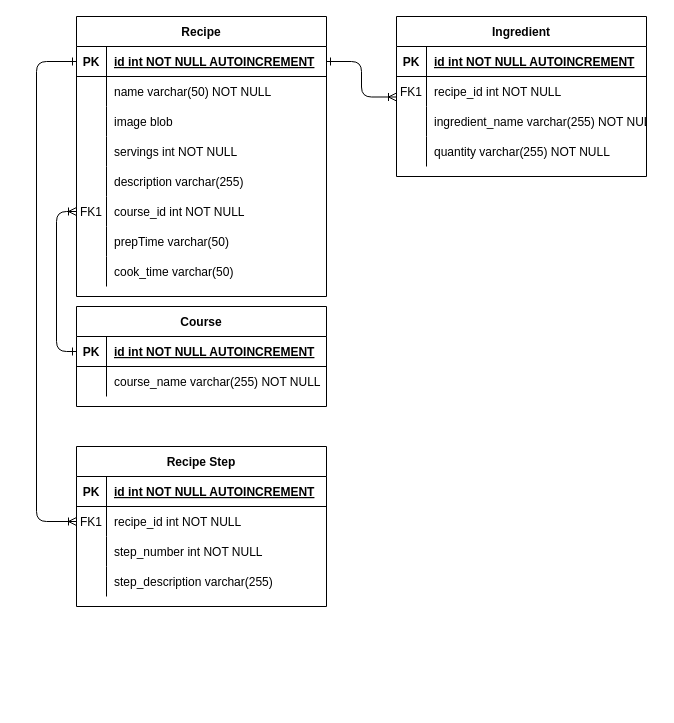
This is db_Design.drawio from ChrisRecio/Recipe-App, a draw.io file, before an edit. Source tidied: cells renumbered, new cells numbered last; positions are measured from the earlier drawing's top-left corner, leaving out a move shared by most shapes. Both pictures are drawn from the tidied source at 100%, with x=0, y=0 at pixel (36, 16).
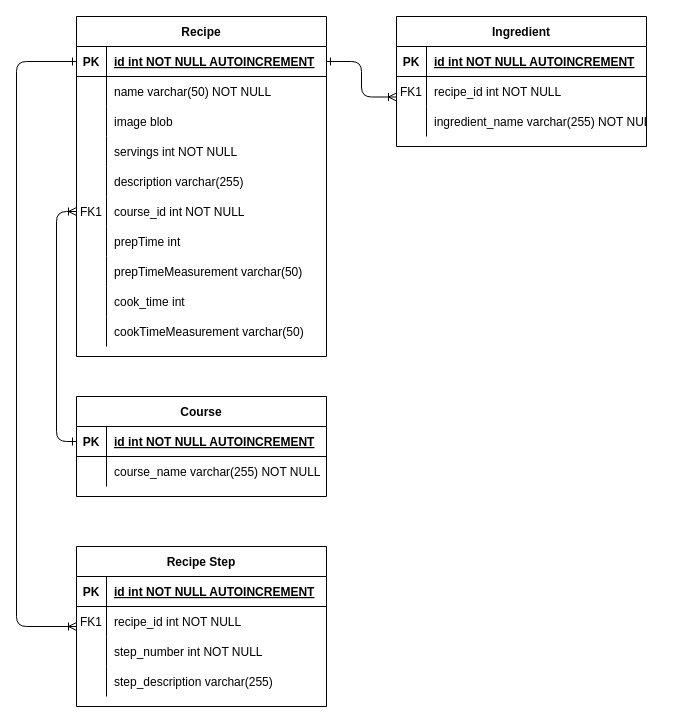
The same diagram, later.

Unchanged cells that the change refers to:
```xml
<mxCell id="3" style="shape=partialRectangle;fillColor=none;points=[[0,0.5],[1,0.5]];portConstraint=eastwest;top=0;left=0;right=0;bottom=1;" parent="2" vertex="1">
  <mxGeometry y="30" width="250" height="30" as="geometry" />
</mxCell>
<mxCell id="21" style="shape=partialRectangle;fillColor=none;top=0;left=0;right=0;bottom=0;" parent="2" vertex="1">
  <mxGeometry y="210" width="250" height="30" as="geometry" />
</mxCell>
<mxCell id="52" style="shape=partialRectangle;fillColor=none;points=[[0,0.5],[1,0.5]];portConstraint=eastwest;top=0;left=0;right=0;bottom=0;" parent="48" vertex="1">
  <mxGeometry y="60" width="250" height="30" as="geometry" />
</mxCell>
```

Diff of the diagram source:
```diff
@@
     <mxCell id="2" value="Recipe" style="shape=table;startSize=30;childLayout=tableLayout;rowLines=0;fontStyle=1;align=center;" parent="1" vertex="1">
-      <mxGeometry x="40" width="250" height="280" as="geometry" />
+      <mxGeometry x="40" width="250" height="340" as="geometry" />
     </mxCell>
@@
-    <mxCell id="23" value="prepTime varchar(50)" style="shape=partialRectangle;overflow=hidden;fillColor=none;top=0;left=0;bottom=0;right=0;align=left;spacingLeft=6;" parent="21" vertex="1">
+    <mxCell id="23" value="prepTime int" style="shape=partialRectangle;overflow=hidden;fillColor=none;top=0;left=0;bottom=0;right=0;align=left;spacingLeft=6;" parent="21" vertex="1">
       <mxGeometry x="30" width="220" height="30" as="geometry" />
     </mxCell>
+    <mxCell id="63" style="shape=partialRectangle;fillColor=none;top=0;left=0;right=0;bottom=0;" parent="2" vertex="1">
+      <mxGeometry y="240" width="250" height="30" as="geometry" />
+    </mxCell>
+    <mxCell id="64" style="shape=partialRectangle;overflow=hidden;fillColor=none;top=0;left=0;bottom=0;right=0;" parent="63" vertex="1">
+      <mxGeometry width="30" height="30" as="geometry" />
+    </mxCell>
+    <mxCell id="65" value="prepTimeMeasurement varchar(50)" style="shape=partialRectangle;overflow=hidden;fillColor=none;top=0;left=0;bottom=0;right=0;align=left;spacingLeft=6;" parent="63" vertex="1">
+      <mxGeometry x="30" width="220" height="30" as="geometry" />
+    </mxCell>
     <mxCell id="24" style="shape=partialRectangle;fillColor=none;top=0;left=0;right=0;bottom=0;" parent="2" vertex="1">
-      <mxGeometry y="240" width="250" height="30" as="geometry" />
+      <mxGeometry y="270" width="250" height="30" as="geometry" />
     </mxCell>
@@
-    <mxCell id="26" value="cook_time varchar(50)" style="shape=partialRectangle;overflow=hidden;fillColor=none;top=0;left=0;bottom=0;right=0;align=left;spacingLeft=6;" parent="24" vertex="1">
+    <mxCell id="26" value="cook_time int" style="shape=partialRectangle;overflow=hidden;fillColor=none;top=0;left=0;bottom=0;right=0;align=left;spacingLeft=6;" parent="24" vertex="1">
       <mxGeometry x="30" width="220" height="30" as="geometry" />
     </mxCell>
+    <mxCell id="66" style="shape=partialRectangle;fillColor=none;top=0;left=0;right=0;bottom=0;" parent="2" vertex="1">
+      <mxGeometry y="300" width="250" height="30" as="geometry" />
+    </mxCell>
+    <mxCell id="67" style="shape=partialRectangle;overflow=hidden;fillColor=none;top=0;left=0;bottom=0;right=0;" parent="66" vertex="1">
+      <mxGeometry width="30" height="30" as="geometry" />
+    </mxCell>
+    <mxCell id="68" value="cookTimeMeasurement varchar(50)" style="shape=partialRectangle;overflow=hidden;fillColor=none;top=0;left=0;bottom=0;right=0;align=left;spacingLeft=6;" parent="66" vertex="1">
+      <mxGeometry x="30" width="220" height="30" as="geometry" />
+    </mxCell>
     <mxCell id="27" value="Course" style="shape=table;startSize=30;childLayout=tableLayout;rowLines=0;fontStyle=1;align=center;" parent="1" vertex="1">
-      <mxGeometry x="40" y="290" width="250" height="100" as="geometry" />
+      <mxGeometry x="40" y="380" width="250" height="100" as="geometry" />
     </mxCell>
@@
     <mxCell id="34" value="Ingredient" style="shape=table;startSize=30;childLayout=tableLayout;rowLines=0;fontStyle=1;align=center;" parent="1" vertex="1">
-      <mxGeometry x="360" width="250" height="160" as="geometry" />
+      <mxGeometry x="360" width="250" height="130" as="geometry" />
     </mxCell>
@@
-    <mxCell id="44" style="shape=tableRow;horizontal=0;startSize=0;swimlaneHead=0;swimlaneBody=0;fillColor=none;top=0;left=0;right=0;bottom=0;" parent="34" vertex="1">
-      <mxGeometry y="120" width="250" height="30" as="geometry" />
-    </mxCell>
-    <mxCell id="45" style="shape=partialRectangle;fillColor=none;top=0;left=0;bottom=0;right=0;overflow=hidden;" parent="44" vertex="1">
-      <mxGeometry width="30" height="30" as="geometry" />
-    </mxCell>
-    <mxCell id="46" value="quantity varchar(255) NOT NULL" style="shape=partialRectangle;fillColor=none;top=0;left=0;bottom=0;right=0;align=left;spacingLeft=6;overflow=hidden;" parent="44" vertex="1">
-      <mxGeometry x="30" width="220" height="30" as="geometry" />
-    </mxCell>
@@
+    <mxCell id="69" style="edgeStyle=orthogonalEdgeStyle;rounded=1;jettySize=auto;html=1;entryX=0;entryY=0.5;entryDx=0;entryDy=0;startArrow=ERoneToMany;startFill=0;endArrow=ERone;endFill=0;" parent="1" edge="1" source="48" target="3">
+      <mxGeometry relative="1" as="geometry">
+        <Array as="points">
+          <mxPoint x="-20" y="610" />
+          <mxPoint x="-20" y="45" />
+        </Array>
+      </mxGeometry>
+    </mxCell>
     <mxCell id="48" value="Recipe Step" style="shape=table;startSize=30;childLayout=tableLayout;rowLines=0;fontStyle=1;align=center;" parent="1" vertex="1">
-      <mxGeometry x="40" y="430" width="250" height="160" as="geometry" />
+      <mxGeometry x="40" y="530" width="250" height="160" as="geometry" />
     </mxCell>
@@
-    <mxCell id="61" style="edgeStyle=orthogonalEdgeStyle;rounded=1;jettySize=auto;html=1;entryX=0;entryY=0.5;entryDx=0;entryDy=0;startArrow=ERone;startFill=0;endArrow=ERoneToMany;endFill=0;" parent="1" edge="1" source="3" target="52">
-      <mxGeometry relative="1" as="geometry">
-        <Array as="points">
-          <mxPoint y="45" />
-          <mxPoint y="505" />
-        </Array>
-      </mxGeometry>
-    </mxCell>
```
